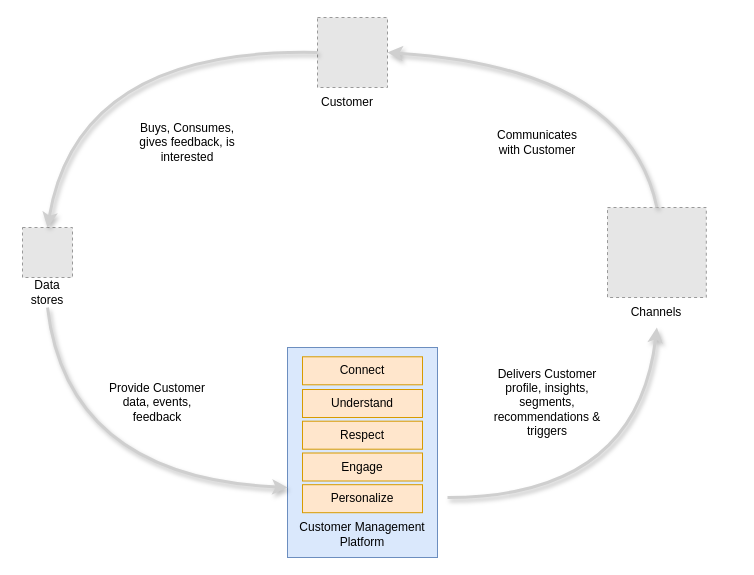
Before: page "CMP_Business_Vision" (3 of 7) of Customer_Mgmt_Platform_Arch_Katas.drawio in S00085/cxp, a draw.io diagram. Source tidied: cells renumbered, new cells numbered last; positions are measured from the earlier drawing's top-left corner, leaving out a move shared by most shapes. Both pictures are drawn from the tidied source at 100%, with x=0, y=0 at pixel (17, 17). Pictures stored in the file or linked from it are replaced by grey dashed boxes.
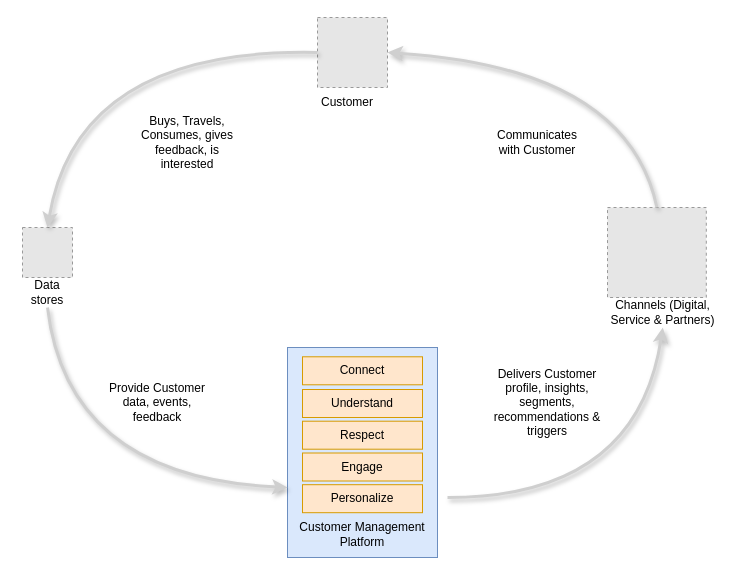
The same page after the edit.

What changed in the source:
```diff
@@
     <mxCell id="2" style="group;" parent="1" vertex="1">
-      <mxGeometry width="688.8" height="540" as="geometry" />
+      <mxGeometry width="720" height="540" as="geometry" />
     </mxCell>
@@
     <mxCell id="17" style="group;" parent="2" vertex="1">
-      <mxGeometry x="590" y="190" width="98.8" height="120" as="geometry" />
+      <mxGeometry x="590" y="190" width="130" height="120" as="geometry" />
     </mxCell>
@@
-    <mxCell id="19" value="Channels" style="text;html=1;strokeColor=none;fillColor=none;align=center;verticalAlign=middle;whiteSpace=wrap;rounded=0;" parent="17" vertex="1">
-      <mxGeometry x="19.4" y="90" width="60" height="30" as="geometry" />
+    <mxCell id="19" value="Channels (Digital, Service &amp;amp; Partners)" style="text;html=1;strokeColor=none;fillColor=none;align=center;verticalAlign=middle;whiteSpace=wrap;rounded=0;" parent="17" vertex="1">
+      <mxGeometry y="90" width="110.6" height="30" as="geometry" />
     </mxCell>
@@
-    <mxCell id="26" value="Buys, Consumes, gives feedback, is interested" style="text;html=1;strokeColor=none;fillColor=none;align=center;verticalAlign=middle;whiteSpace=wrap;rounded=0;" parent="2" vertex="1">
+    <mxCell id="26" value="Buys, Travels, Consumes, gives feedback, is interested" style="text;html=1;strokeColor=none;fillColor=none;align=center;verticalAlign=middle;whiteSpace=wrap;rounded=0;" parent="2" vertex="1">
       <mxGeometry x="110" y="110" width="120" height="30" as="geometry" />
     </mxCell>
```
